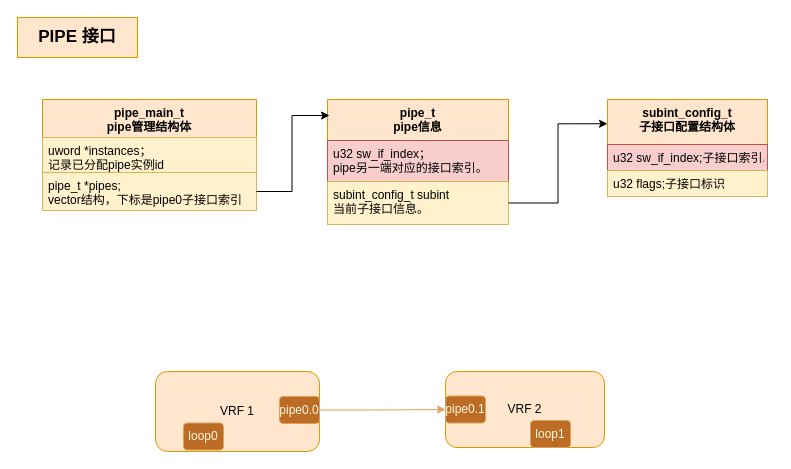
Before: new_map/vnet_devices.drawio in jin13417/dpdk-vpp-learning, a draw.io diagram. Source tidied: cells renumbered, new cells numbered last; positions are measured from the earlier drawing's top-left corner, leaving out a move shared by most shapes. Both pictures are drawn from the tidied source at 100%, with x=0, y=0 at pixel (17, 17).
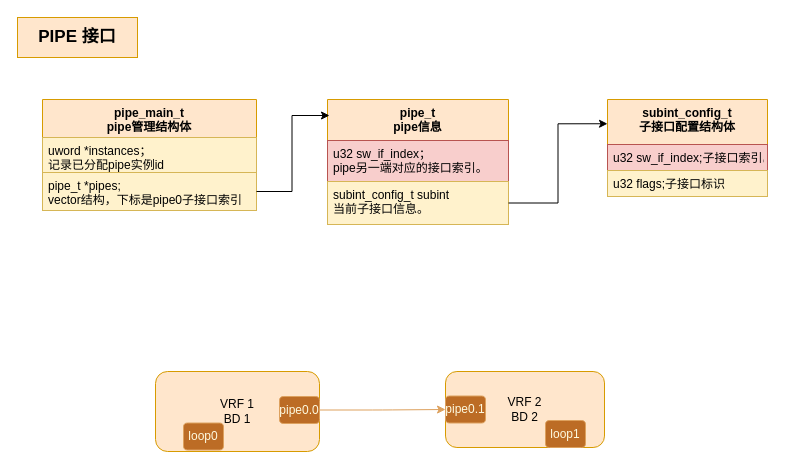
After the change.

Diff of the diagram source:
```diff
@@
-    <mxCell id="14" value="VRF 1" style="rounded=1;whiteSpace=wrap;html=1;sketch=0;strokeColor=#d79b00;fillColor=#ffe6cc;" parent="1" vertex="1">
+    <mxCell id="14" value="VRF 1&lt;br&gt;BD 1" style="rounded=1;whiteSpace=wrap;html=1;sketch=0;strokeColor=#d79b00;fillColor=#ffe6cc;" parent="1" vertex="1">
       <mxGeometry x="138" y="354" width="164" height="80" as="geometry" />
     </mxCell>
-    <mxCell id="15" value="VRF 2" style="rounded=1;whiteSpace=wrap;html=1;sketch=0;strokeColor=#d79b00;fillColor=#ffe6cc;" parent="1" vertex="1">
+    <mxCell id="15" value="VRF 2&lt;br&gt;BD 2" style="rounded=1;whiteSpace=wrap;html=1;sketch=0;strokeColor=#d79b00;fillColor=#ffe6cc;" parent="1" vertex="1">
       <mxGeometry x="428" y="354" width="159" height="76" as="geometry" />
     </mxCell>
@@
     <mxCell id="19" value="loop1" style="rounded=1;whiteSpace=wrap;html=1;sketch=0;fontColor=#FEFAE0;strokeColor=#DDA15E;fillColor=#BC6C25;" parent="1" vertex="1">
-      <mxGeometry x="513" y="403" width="40" height="27" as="geometry" />
+      <mxGeometry x="528" y="403" width="40" height="27" as="geometry" />
     </mxCell>
```
